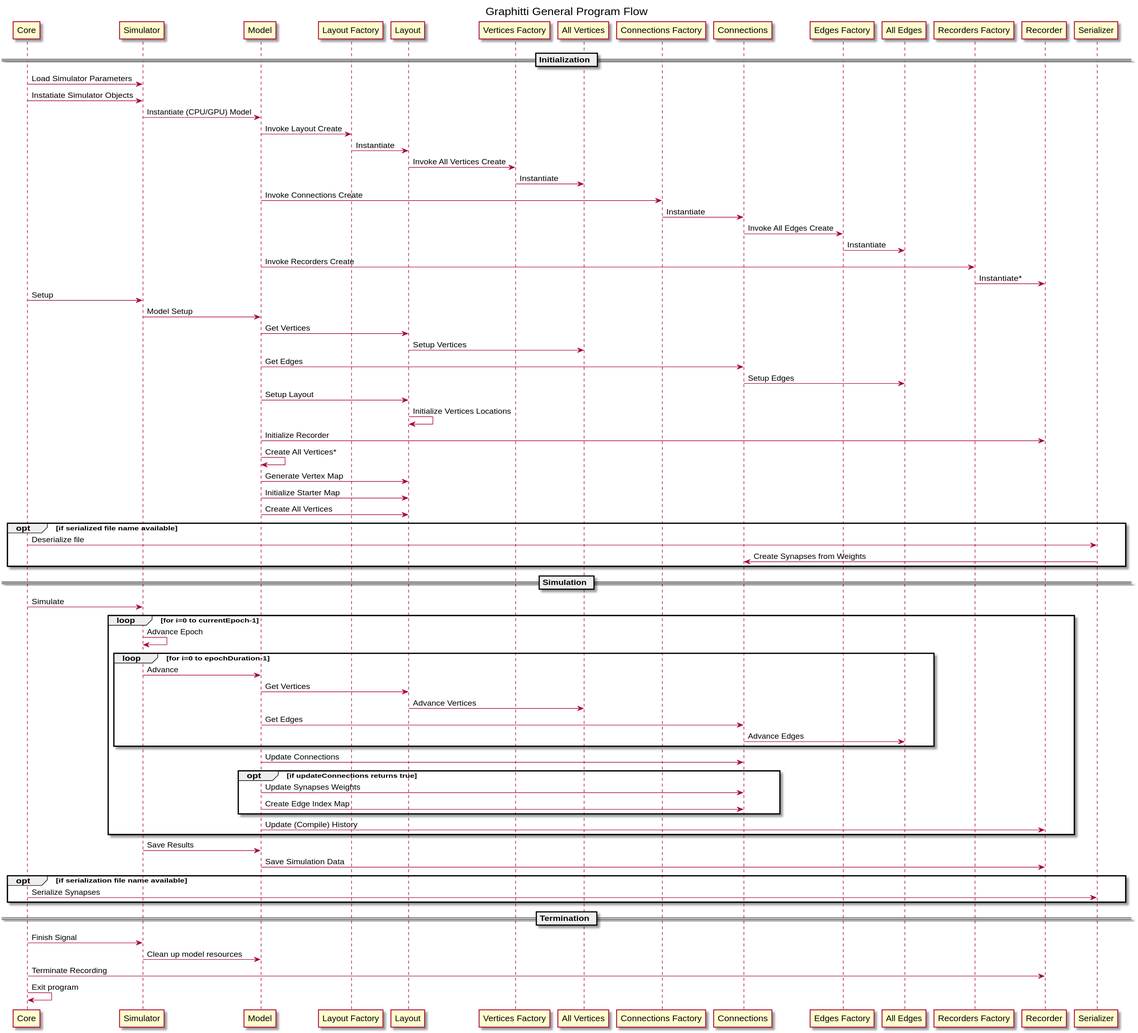
This is docs/Developer/SequenceDiagrams/diagrams/graphitti program flow.svg from UWB-Biocomputing/Graphitti, a PlantUML export, as it was before one commit.
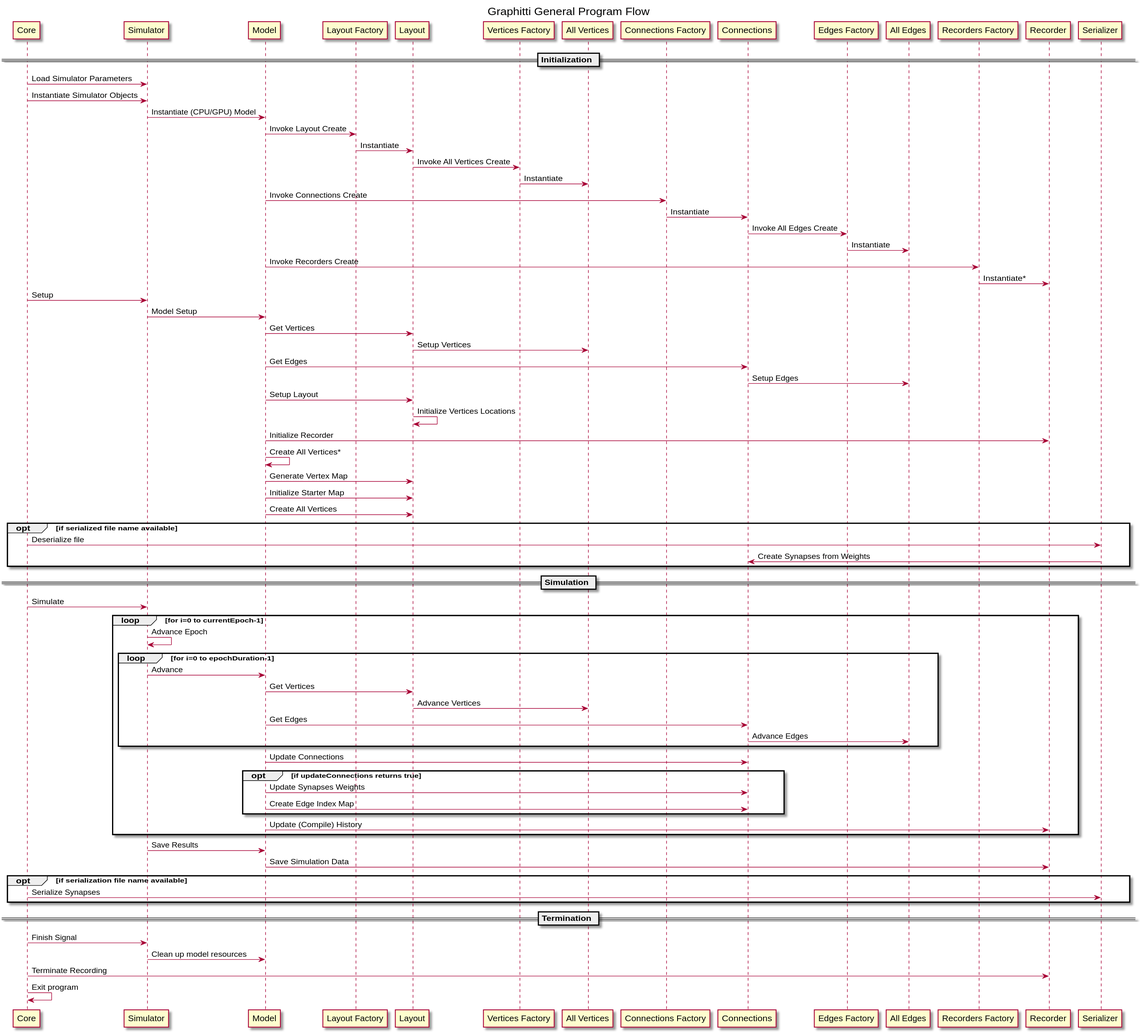
After the commit.

Commit message:
Generate SVG and PNG images for PlantUML diagrams

The edit, as a diff of the source:
```diff
@@ -4,7 +4,7 @@
 
 == Initialization ==
 Core -> Simulator: Load Simulator Parameters
-Core -> Simulator: Instatiate Simulator Objects
+Core -> Simulator: Instantiate Simulator Objects
 Simulator -> Model: Instantiate (CPU/GPU) Model
 Model -> "Layout Factory": Invoke Layout Create
 "Layout Factory" -> Layout: Instantiate
```
